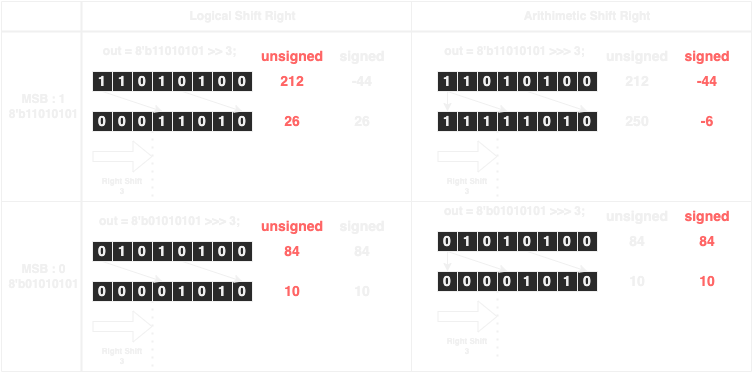
The draw.io diagram assets/images/2021-12-21-verilogHDL_chapter3_combinational_logic/시스템_반도체_설계_3장-figure_9.png in ParkDongho/ParkDongho.github.io, before a commit. Source tidied: cells renumbered, new cells last; positions are measured from the earlier drawing's top-left corner, leaving out a move shared by most shapes.
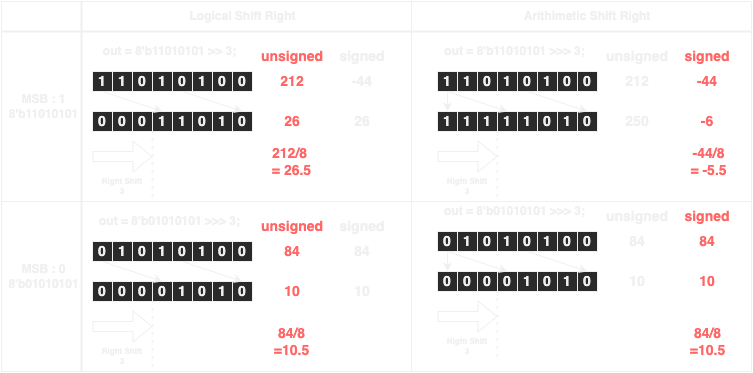
Above is the later version.

Diff of the diagram source:
```diff
@@ -416,5 +416,29 @@
         <mxPoint as="targetPoint" />
       </mxGeometry>
     </mxCell>
+    <mxCell id="128" value="212/8 &lt;br&gt;= 26.5" style="text;html=1;strokeColor=none;fillColor=none;align=center;verticalAlign=middle;whiteSpace=wrap;rounded=0;fontSize=14;fontStyle=1;fontColor=#FF6666;" parent="1" vertex="1">
+      <mxGeometry x="250" y="145" width="81" height="30" as="geometry" />
+    </mxCell>
+    <mxCell id="129" value="-44/8&lt;br&gt;= -5.5" style="text;html=1;strokeColor=none;fillColor=none;align=center;verticalAlign=middle;whiteSpace=wrap;rounded=0;fontSize=14;fontStyle=1;fontColor=#FFFFFF;" parent="1" vertex="1">
+      <mxGeometry x="321" y="145" width="81" height="30" as="geometry" />
+    </mxCell>
+    <mxCell id="130" value="84/8&lt;br&gt;=10.5" style="text;html=1;strokeColor=none;fillColor=none;align=center;verticalAlign=middle;whiteSpace=wrap;rounded=0;fontSize=14;fontStyle=1;fontColor=#FF6666;" parent="1" vertex="1">
+      <mxGeometry x="250" y="325" width="81" height="30" as="geometry" />
+    </mxCell>
+    <mxCell id="131" value="84/8&lt;br&gt;=10.5" style="text;html=1;strokeColor=none;fillColor=none;align=center;verticalAlign=middle;whiteSpace=wrap;rounded=0;fontSize=14;fontStyle=1;fontColor=#FFFFFF;" parent="1" vertex="1">
+      <mxGeometry x="320.5" y="325" width="81" height="30" as="geometry" />
+    </mxCell>
+    <mxCell id="132" value="212/8 &lt;br&gt;= 26.5" style="text;html=1;strokeColor=none;fillColor=none;align=center;verticalAlign=middle;whiteSpace=wrap;rounded=0;fontSize=14;fontStyle=1;fontColor=#FFFFFF;" parent="1" vertex="1">
+      <mxGeometry x="596" y="145" width="81" height="30" as="geometry" />
+    </mxCell>
+    <mxCell id="133" value="-44/8&lt;br&gt;= -5.5" style="text;html=1;strokeColor=none;fillColor=none;align=center;verticalAlign=middle;whiteSpace=wrap;rounded=0;fontSize=14;fontStyle=1;fontColor=#FF6666;" parent="1" vertex="1">
+      <mxGeometry x="667" y="145" width="81" height="30" as="geometry" />
+    </mxCell>
+    <mxCell id="134" value="84/8&lt;br&gt;=10.5" style="text;html=1;strokeColor=none;fillColor=none;align=center;verticalAlign=middle;whiteSpace=wrap;rounded=0;fontSize=14;fontStyle=1;fontColor=#FFFFFF;" parent="1" vertex="1">
+      <mxGeometry x="596" y="325" width="81" height="30" as="geometry" />
+    </mxCell>
+    <mxCell id="135" value="84/8&lt;br&gt;=10.5" style="text;html=1;strokeColor=none;fillColor=none;align=center;verticalAlign=middle;whiteSpace=wrap;rounded=0;fontSize=14;fontStyle=1;fontColor=#FF6666;" parent="1" vertex="1">
+      <mxGeometry x="666.5" y="325" width="81" height="30" as="geometry" />
+    </mxCell>
   </root>
 </mxGraphModel>
```
